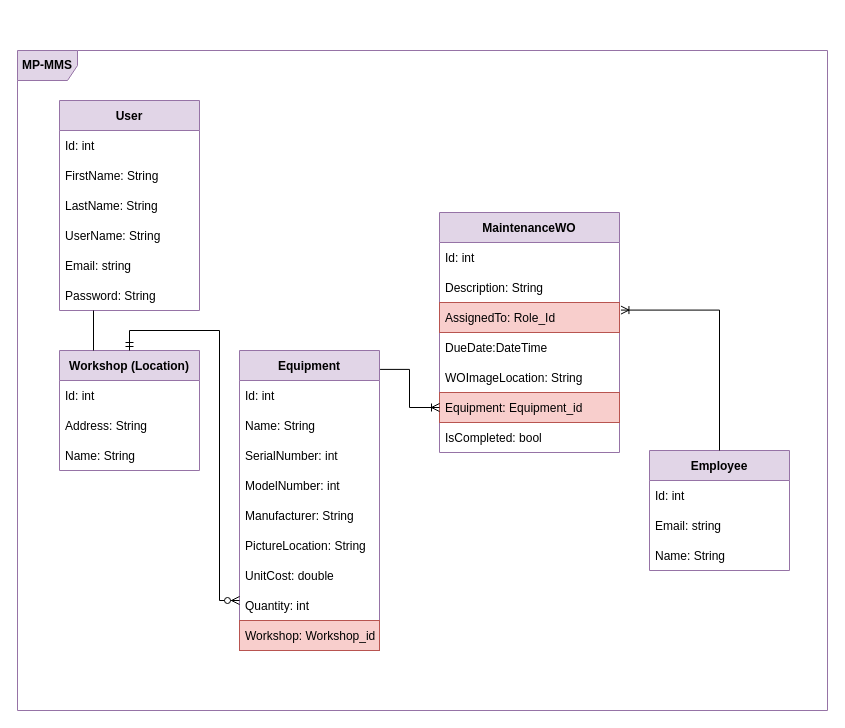
Earlier version of the draw.io diagram MP-MMS_DB_Design.drawio (ZadokJoshua/AWS-S3). Source tidied: cells renumbered, new cells numbered last; positions are measured from the earlier drawing's top-left corner, leaving out a move shared by most shapes. Both pictures are drawn from the tidied source at 100%, with x=0, y=0 at pixel (17, 50).
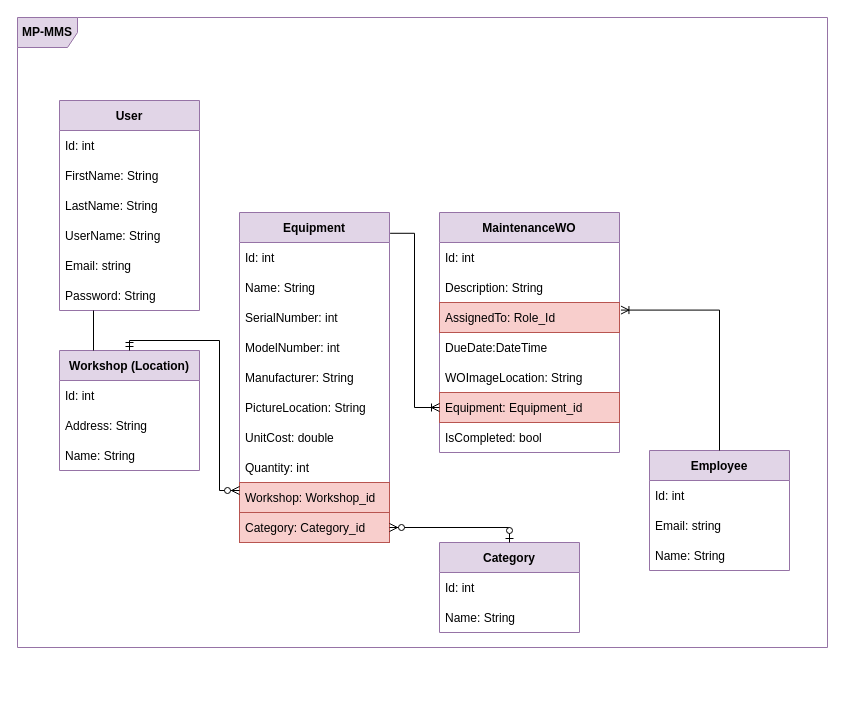
Above is the later version.

The change refers to these unchanged cells:
```xml
<mxCell id="20" value="Workshop (Location)" style="swimlane;fontStyle=1;horizontal=1;startSize=30;rounded=0;glass=0;fillColor=#e1d5e7;strokeColor=#9673a6;" parent="1" vertex="1">
  <mxGeometry x="42" y="300" width="140" height="120" as="geometry" />
</mxCell>
```

The edit, as a diff of the source:
```diff
@@
     <mxCell id="2" value="&lt;b&gt;MP-MMS&lt;/b&gt;" style="shape=umlFrame;whiteSpace=wrap;html=1;rounded=0;glass=0;fillColor=#e1d5e7;strokeColor=#9673a6;" parent="1" vertex="1">
-      <mxGeometry width="810" height="660" as="geometry" />
+      <mxGeometry y="-33" width="810" height="630" as="geometry" />
     </mxCell>
@@
     <mxCell id="10" value="Equipment" style="swimlane;fontStyle=1;horizontal=1;startSize=30;rounded=0;glass=0;fillColor=#e1d5e7;strokeColor=#9673a6;" parent="1" vertex="1">
-      <mxGeometry x="222" y="300" width="140" height="300" as="geometry" />
+      <mxGeometry x="222" y="162" width="150" height="330" as="geometry" />
     </mxCell>
     <mxCell id="11" value="Id: int" style="text;strokeColor=none;fillColor=none;align=left;verticalAlign=middle;spacingLeft=4;spacingRight=4;overflow=hidden;rounded=0;glass=0;" parent="10" vertex="1">
-      <mxGeometry y="30" width="140" height="30" as="geometry" />
+      <mxGeometry y="30" width="150" height="30" as="geometry" />
     </mxCell>
     <mxCell id="12" value="Name: String" style="text;strokeColor=none;fillColor=none;align=left;verticalAlign=middle;spacingLeft=4;spacingRight=4;overflow=hidden;rounded=0;glass=0;" parent="10" vertex="1">
-      <mxGeometry y="60" width="140" height="30" as="geometry" />
+      <mxGeometry y="60" width="150" height="30" as="geometry" />
     </mxCell>
     <mxCell id="13" value="SerialNumber: int" style="text;strokeColor=none;fillColor=none;align=left;verticalAlign=middle;spacingLeft=4;spacingRight=4;overflow=hidden;rounded=0;glass=0;" parent="10" vertex="1">
-      <mxGeometry y="90" width="140" height="30" as="geometry" />
+      <mxGeometry y="90" width="150" height="30" as="geometry" />
     </mxCell>
     <mxCell id="14" value="ModelNumber: int" style="text;strokeColor=none;fillColor=none;align=left;verticalAlign=middle;spacingLeft=4;spacingRight=4;overflow=hidden;rounded=0;glass=0;" parent="10" vertex="1">
-      <mxGeometry y="120" width="140" height="30" as="geometry" />
+      <mxGeometry y="120" width="150" height="30" as="geometry" />
     </mxCell>
     <mxCell id="15" value="Manufacturer: String" style="text;strokeColor=none;fillColor=none;align=left;verticalAlign=middle;spacingLeft=4;spacingRight=4;overflow=hidden;rounded=0;glass=0;" parent="10" vertex="1">
-      <mxGeometry y="150" width="140" height="30" as="geometry" />
+      <mxGeometry y="150" width="150" height="30" as="geometry" />
     </mxCell>
     <mxCell id="16" value="PictureLocation: String " style="text;strokeColor=none;fillColor=none;align=left;verticalAlign=middle;spacingLeft=4;spacingRight=4;overflow=hidden;rounded=0;glass=0;" parent="10" vertex="1">
-      <mxGeometry y="180" width="140" height="30" as="geometry" />
+      <mxGeometry y="180" width="150" height="30" as="geometry" />
     </mxCell>
     <mxCell id="17" value="UnitCost: double" style="text;strokeColor=none;fillColor=none;align=left;verticalAlign=middle;spacingLeft=4;spacingRight=4;overflow=hidden;rounded=0;glass=0;" parent="10" vertex="1">
-      <mxGeometry y="210" width="140" height="30" as="geometry" />
+      <mxGeometry y="210" width="150" height="30" as="geometry" />
     </mxCell>
     <mxCell id="18" value="Quantity: int" style="text;strokeColor=none;fillColor=none;align=left;verticalAlign=middle;spacingLeft=4;spacingRight=4;overflow=hidden;rounded=0;glass=0;" parent="10" vertex="1">
-      <mxGeometry y="240" width="140" height="30" as="geometry" />
+      <mxGeometry y="240" width="150" height="30" as="geometry" />
     </mxCell>
     <mxCell id="19" value="Workshop: Workshop_id" style="text;strokeColor=#b85450;fillColor=#f8cecc;align=left;verticalAlign=middle;spacingLeft=4;spacingRight=4;overflow=hidden;rounded=0;glass=0;" parent="10" vertex="1">
-      <mxGeometry y="270" width="140" height="30" as="geometry" />
+      <mxGeometry y="270" width="150" height="30" as="geometry" />
     </mxCell>
+    <mxCell id="40" value="Category: Category_id" style="text;strokeColor=#b85450;fillColor=#f8cecc;align=left;verticalAlign=middle;spacingLeft=4;spacingRight=4;overflow=hidden;points=[[0,0.5],[1,0.5]];portConstraint=eastwest;rounded=0;glass=0;" parent="10" vertex="1">
+      <mxGeometry y="300" width="150" height="30" as="geometry" />
+    </mxCell>
@@
     <mxCell id="39" style="edgeStyle=orthogonalEdgeStyle;fontSize=12;html=1;endArrow=ERzeroToMany;startArrow=ERmandOne;rounded=0;exitX=0.5;exitY=0;exitDx=0;exitDy=0;" parent="1" edge="1" source="20">
       <mxGeometry relative="1" as="geometry">
-        <mxPoint x="222" y="550" as="targetPoint" />
+        <mxPoint x="222" y="440" as="targetPoint" />
         <Array as="points">
-          <mxPoint x="112" y="280" />
-          <mxPoint x="202" y="280" />
-          <mxPoint x="202" y="550" />
+          <mxPoint x="112" y="290" />
+          <mxPoint x="202" y="290" />
+          <mxPoint x="202" y="440" />
         </Array>
       </mxGeometry>
     </mxCell>
+    <mxCell id="41" value="Category" style="swimlane;fontStyle=1;horizontal=1;startSize=30;rounded=0;glass=0;fillColor=#e1d5e7;strokeColor=#9673a6;" parent="1" vertex="1">
+      <mxGeometry x="422" y="492" width="140" height="90" as="geometry" />
+    </mxCell>
+    <mxCell id="42" value="Id: int" style="text;strokeColor=none;fillColor=none;align=left;verticalAlign=middle;spacingLeft=4;spacingRight=4;overflow=hidden;rounded=0;glass=0;" parent="41" vertex="1">
+      <mxGeometry y="30" width="140" height="30" as="geometry" />
+    </mxCell>
+    <mxCell id="43" value="Name: String" style="text;strokeColor=none;fillColor=none;align=left;verticalAlign=middle;spacingLeft=4;spacingRight=4;overflow=hidden;rounded=0;glass=0;" parent="41" vertex="1">
+      <mxGeometry y="60" width="140" height="30" as="geometry" />
+    </mxCell>
+    <mxCell id="44" style="edgeStyle=orthogonalEdgeStyle;fontSize=12;html=1;endArrow=ERzeroToMany;startArrow=ERzeroToOne;rounded=0;exitX=0.5;exitY=0;exitDx=0;exitDy=0;entryX=1;entryY=0.5;entryDx=0;entryDy=0;" parent="1" edge="1" source="41" target="40">
+      <mxGeometry relative="1" as="geometry" />
+    </mxCell>
```
